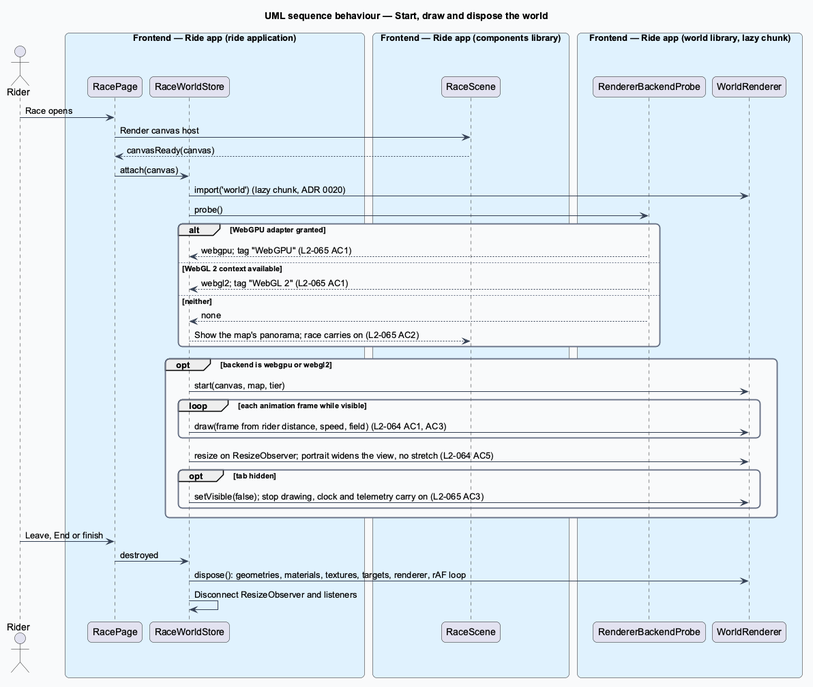
QuinntyneBrown/ride-one keeps this PlantUML diagram as docs/detailed-designs/race/render-the-race-world/diagrams/sequence-start-draw-and-dispose.png. Above is the earlier version. Source of this version:
```plantuml
@startuml
title UML sequence behaviour — Start, draw and dispose the world
skinparam backgroundColor #FFFFFF
skinparam shadowing false
skinparam roundcorner 12
skinparam defaultFontName Arial
skinparam ArrowColor #344054
skinparam rectangle {
  BorderColor #344054
  FontColor #101828
}
skinparam package {
  BorderColor #667085
  FontColor #101828
  BackgroundColor #F9FAFB
}
actor "Rider" as actor
box "Frontend — Ride app (ride application)" #E0F2FE
  participant "RacePage" as page
  participant "RaceWorldStore" as wstore
end box
box "Frontend — Ride app (components library)" #E0F2FE
  participant "RaceScene" as scene
end box
box "Frontend — Ride app (world library, lazy chunk)" #E0F2FE
  participant "RendererBackendProbe" as probe
  participant "WorldRenderer" as renderer
end box
actor -> page : Race opens
page -> scene : Render canvas host
scene --> page : canvasReady(canvas)
page -> wstore : attach(canvas)
wstore -> renderer : import('world') (lazy chunk, ADR 0020)
wstore -> probe : probe()
alt WebGPU adapter granted
  probe --> wstore : webgpu; tag "WebGPU" (L2-065 AC1)
else WebGL 2 context available
  probe --> wstore : webgl2; tag "WebGL 2" (L2-065 AC1)
else neither
  probe --> wstore : none
  wstore --> scene : Show the map's panorama; race carries on (L2-065 AC2)
end
opt backend is webgpu or webgl2
  wstore -> renderer : start(canvas, map, tier)
  loop each animation frame while visible
    wstore -> renderer : draw(frame from rider distance, speed, field) (L2-064 AC1, AC3)
  end
  wstore -> renderer : resize on ResizeObserver; portrait widens the view, no stretch (L2-064 AC5)
  opt tab hidden
    wstore -> renderer : setVisible(false); stop drawing, clock and telemetry carry on (L2-065 AC3)
  end
end
actor -> page : Leave, End or finish
page -> wstore : destroyed
wstore -> renderer : dispose(): geometries, materials, textures, targets, renderer, rAF loop
wstore -> wstore : Disconnect ResizeObserver and listeners
@enduml
```
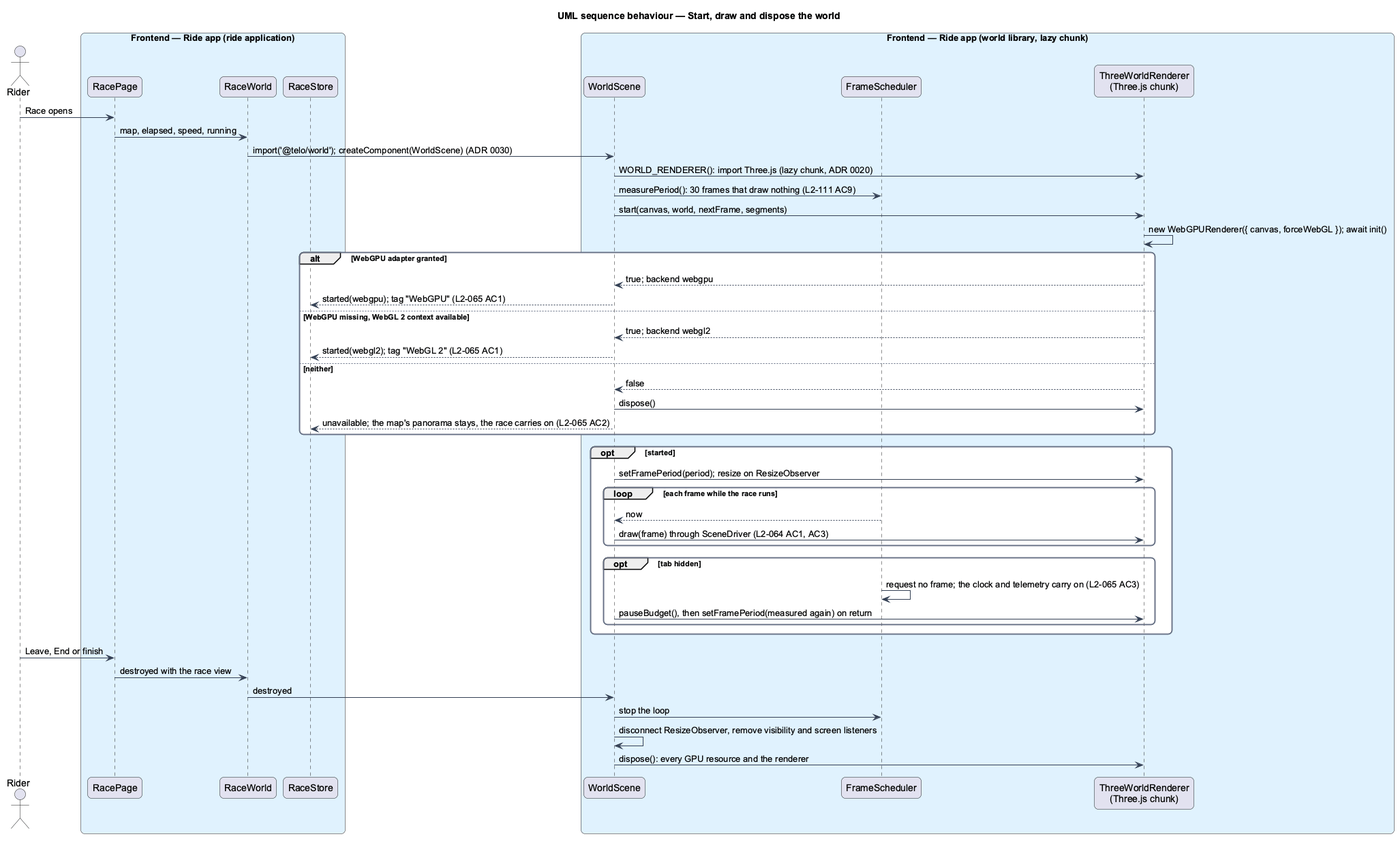
Later version of the same file.

What changed in the source:
```diff
@@ -17,41 +17,47 @@
 actor "Rider" as actor
 box "Frontend — Ride app (ride application)" #E0F2FE
   participant "RacePage" as page
-  participant "RaceWorldStore" as wstore
-end box
-box "Frontend — Ride app (components library)" #E0F2FE
-  participant "RaceScene" as scene
+  participant "RaceWorld" as outlet
+  participant "RaceStore" as store
 end box
 box "Frontend — Ride app (world library, lazy chunk)" #E0F2FE
-  participant "RendererBackendProbe" as probe
-  participant "WorldRenderer" as renderer
+  participant "WorldScene" as scene
+  participant "FrameScheduler" as frames
+  participant "ThreeWorldRenderer\n(Three.js chunk)" as renderer
 end box
 actor -> page : Race opens
-page -> scene : Render canvas host
-scene --> page : canvasReady(canvas)
-page -> wstore : attach(canvas)
-wstore -> renderer : import('world') (lazy chunk, ADR 0020)
-wstore -> probe : probe()
+page -> outlet : map, elapsed, speed, running
+outlet -> scene : import('@telo/world'); createComponent(WorldScene) (ADR 0030)
+scene -> renderer : WORLD_RENDERER(): import Three.js (lazy chunk, ADR 0020)
+scene -> frames : measurePeriod(): 30 frames that draw nothing (L2-111 AC9)
+scene -> renderer : start(canvas, world, nextFrame, segments)
+renderer -> renderer : new WebGPURenderer({ canvas, forceWebGL }); await init()
 alt WebGPU adapter granted
-  probe --> wstore : webgpu; tag "WebGPU" (L2-065 AC1)
-else WebGL 2 context available
-  probe --> wstore : webgl2; tag "WebGL 2" (L2-065 AC1)
+  renderer --> scene : true; backend webgpu
+  scene --> store : started(webgpu); tag "WebGPU" (L2-065 AC1)
+else WebGPU missing, WebGL 2 context available
+  renderer --> scene : true; backend webgl2
+  scene --> store : started(webgl2); tag "WebGL 2" (L2-065 AC1)
 else neither
-  probe --> wstore : none
-  wstore --> scene : Show the map's panorama; race carries on (L2-065 AC2)
+  renderer --> scene : false
+  scene -> renderer : dispose()
+  scene --> store : unavailable; the map's panorama stays, the race carries on (L2-065 AC2)
 end
-opt backend is webgpu or webgl2
-  wstore -> renderer : start(canvas, map, tier)
-  loop each animation frame while visible
-    wstore -> renderer : draw(frame from rider distance, speed, field) (L2-064 AC1, AC3)
+opt started
+  scene -> renderer : setFramePeriod(period); resize on ResizeObserver
+  loop each frame while the race runs
+    frames --> scene : now
+    scene -> renderer : draw(frame) through SceneDriver (L2-064 AC1, AC3)
   end
-  wstore -> renderer : resize on ResizeObserver; portrait widens the view, no stretch (L2-064 AC5)
   opt tab hidden
-    wstore -> renderer : setVisible(false); stop drawing, clock and telemetry carry on (L2-065 AC3)
+    frames -> frames : request no frame; the clock and telemetry carry on (L2-065 AC3)
+    scene -> renderer : pauseBudget(), then setFramePeriod(measured again) on return
   end
 end
 actor -> page : Leave, End or finish
-page -> wstore : destroyed
-wstore -> renderer : dispose(): geometries, materials, textures, targets, renderer, rAF loop
-wstore -> wstore : Disconnect ResizeObserver and listeners
+page -> outlet : destroyed with the race view
+outlet -> scene : destroyed
+scene -> frames : stop the loop
+scene -> scene : disconnect ResizeObserver, remove visibility and screen listeners
+scene -> renderer : dispose(): every GPU resource and the renderer
 @enduml
```
